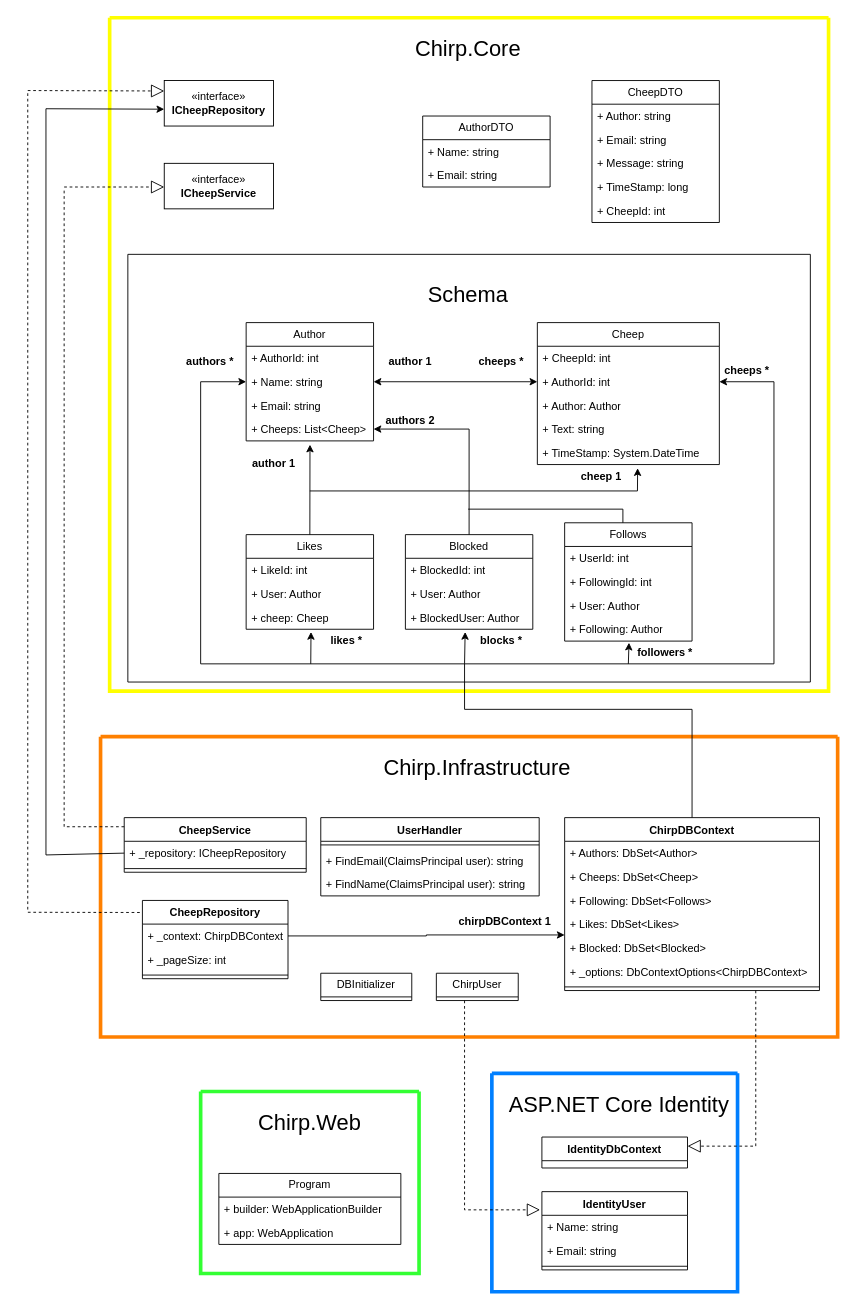
This is docs/diagrams/Domain model.drawio.xml from ITU-BDSA2024-GROUP4/Chirp, a draw.io file, before an edit. Source tidied: cells renumbered, new cells numbered last; positions are measured from the earlier drawing's top-left corner, leaving out a move shared by most shapes. Both pictures are drawn from the tidied source at 91%, with x=0, y=0 at pixel (27, 17).
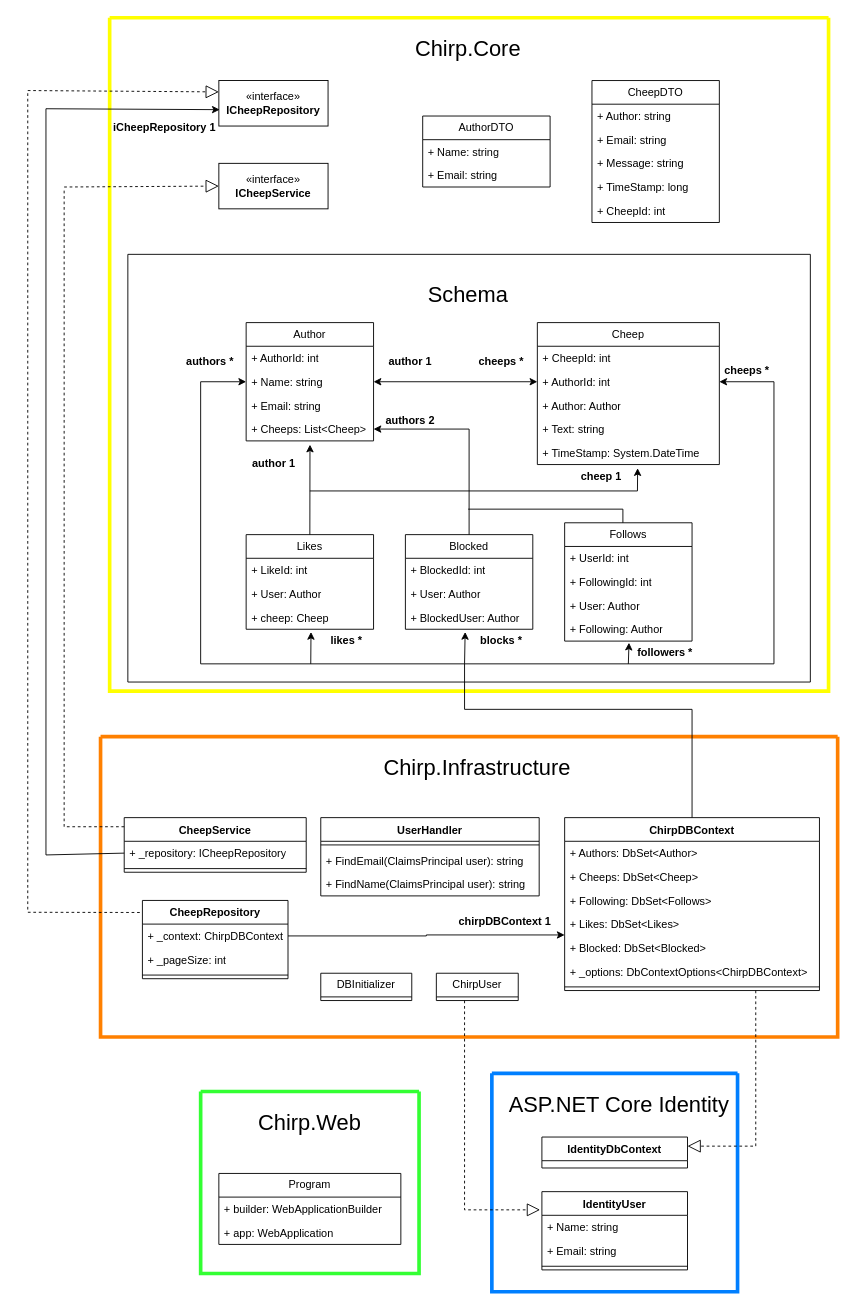
The same page after the edit.

Commit message (it also covers changes not shown here):
Made small change to domain model

Unchanged cells that the change refers to:
```xml
<mxCell id="3" style="swimlane;startSize=0;strokeColor=#FFFF00;strokeWidth=4;" parent="1" vertex="1">
  <mxGeometry x="90" width="790" height="740" as="geometry" />
</mxCell>
```

Change to the diagram source:
```diff
@@
     <mxCell id="40" value="«interface»&lt;br&gt;&lt;b&gt;ICheepRepository&lt;/b&gt;" style="html=1;whiteSpace=wrap;" parent="3" vertex="1">
-      <mxGeometry x="60" y="69" width="120" height="50" as="geometry" />
+      <mxGeometry x="120" y="69" width="120" height="50" as="geometry" />
     </mxCell>
     <mxCell id="41" value="«interface»&lt;br&gt;&lt;b&gt;ICheepService&lt;/b&gt;" style="html=1;whiteSpace=wrap;" parent="3" vertex="1">
-      <mxGeometry x="60" y="160" width="120" height="50" as="geometry" />
+      <mxGeometry x="120" y="160" width="120" height="50" as="geometry" />
     </mxCell>
@@
-    <mxCell id="54" style="endArrow=block;dashed=1;endFill=0;endSize=12;html=1;rounded=0;" parent="3" edge="1">
+    <mxCell id="54" style="endArrow=block;dashed=1;endFill=0;endSize=12;html=1;rounded=0;entryX=0;entryY=0.5;entryDx=0;entryDy=0;" parent="3" edge="1" target="41">
       <mxGeometry relative="1" as="geometry">
         <mxPoint x="-50" y="186" as="sourcePoint" />
-        <mxPoint x="60" y="186" as="targetPoint" />
       </mxGeometry>
     </mxCell>
@@
+    <mxCell id="115" value="iCheepRepository 1" style="text;align=center;fontStyle=1;verticalAlign=middle;spacingLeft=3;spacingRight=3;strokeColor=none;html=1;" parent="3" vertex="1">
+      <mxGeometry x="20" y="108" width="80" height="26" as="geometry" />
+    </mxCell>
@@
-    <mxCell id="103" style="endArrow=block;dashed=1;endFill=0;endSize=12;html=1;rounded=0;entryX=0;entryY=0.75;entryDx=0;entryDy=0;" parent="1" edge="1">
+    <mxCell id="103" style="endArrow=block;dashed=1;endFill=0;endSize=12;html=1;rounded=0;entryX=0;entryY=0.25;entryDx=0;entryDy=0;" parent="1" edge="1" target="40">
       <mxGeometry relative="1" as="geometry">
         <mxPoint y="80" as="sourcePoint" />
-        <mxPoint x="150" y="80.5" as="targetPoint" />
       </mxGeometry>
     </mxCell>
@@
-    <mxCell id="106" style="endArrow=classic;html=1;rounded=0;entryX=0;entryY=0.75;entryDx=0;entryDy=0;" parent="1" edge="1">
+    <mxCell id="106" style="endArrow=classic;html=1;rounded=0;entryX=0.008;entryY=0.64;entryDx=0;entryDy=0;entryPerimeter=0;" parent="1" edge="1" target="40">
       <mxGeometry relative="1" as="geometry">
         <mxPoint x="20" y="100" as="sourcePoint" />
-        <mxPoint x="150" y="100.5" as="targetPoint" />
       </mxGeometry>
     </mxCell>
```
